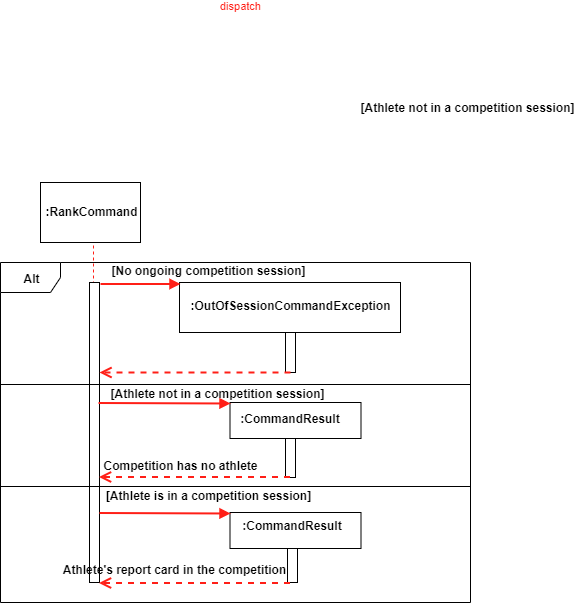
This is docs/images/RankCommand.png from AY1920S1-CS2103-T08-3/main, a draw.io export, as it was before one commit. Source tidied: cells renumbered, new cells last; positions are measured from the earlier drawing's top-left corner, leaving out a move shared by most shapes.
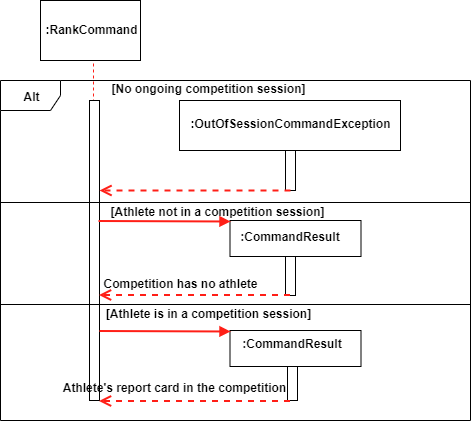
Later version of the same file.

What changed in the source:
```diff
@@ -23,13 +23,6 @@
     <mxCell id="7" style="rounded=0;whiteSpace=wrap;html=1;" parent="1" vertex="1">
       <mxGeometry x="179" y="180" width="221" height="50" as="geometry" />
     </mxCell>
-    <mxCell id="8" value="dispatch" style="html=1;verticalAlign=bottom;endArrow=block;strokeColor=#FF1F17;fontColor=#FF1F17;strokeWidth=2;" parent="1" edge="1">
-      <mxGeometry x="1" y="277" relative="1" as="geometry">
-        <mxPoint x="100" y="181.5" as="sourcePoint" />
-        <mxPoint x="180" y="181.5" as="targetPoint" />
-        <mxPoint x="60" y="7" as="offset" />
-      </mxGeometry>
-    </mxCell>
     <mxCell id="9" value="&lt;b&gt;:OutOfSessionCommandException&lt;br&gt;&lt;br&gt;&lt;/b&gt;" style="text;html=1;strokeColor=none;fillColor=none;align=center;verticalAlign=middle;whiteSpace=wrap;rounded=0;" parent="1" vertex="1">
       <mxGeometry x="190" y="210" width="200" as="geometry" />
     </mxCell>
@@ -48,9 +41,6 @@
     <mxCell id="13" value="[No ongoing competition session]&#10;" style="text;align=center;fontStyle=1;verticalAlign=middle;spacingLeft=3;spacingRight=3;strokeColor=none;fontColor=none;" parent="1" vertex="1">
       <mxGeometry x="111" y="163" width="195" height="26" as="geometry" />
     </mxCell>
-    <mxCell id="14" value="[Athlete not in a competition session]&#10;" style="text;align=center;fontStyle=1;verticalAlign=middle;spacingLeft=3;spacingRight=3;strokeColor=none;fontColor=none;" parent="1" vertex="1">
-      <mxGeometry x="370" width="195" height="26" as="geometry" />
-    </mxCell>
     <mxCell id="15" style="rounded=0;whiteSpace=wrap;html=1;" parent="1" vertex="1">
       <mxGeometry x="229.5" y="300" width="131" height="36" as="geometry" />
     </mxCell>
```
